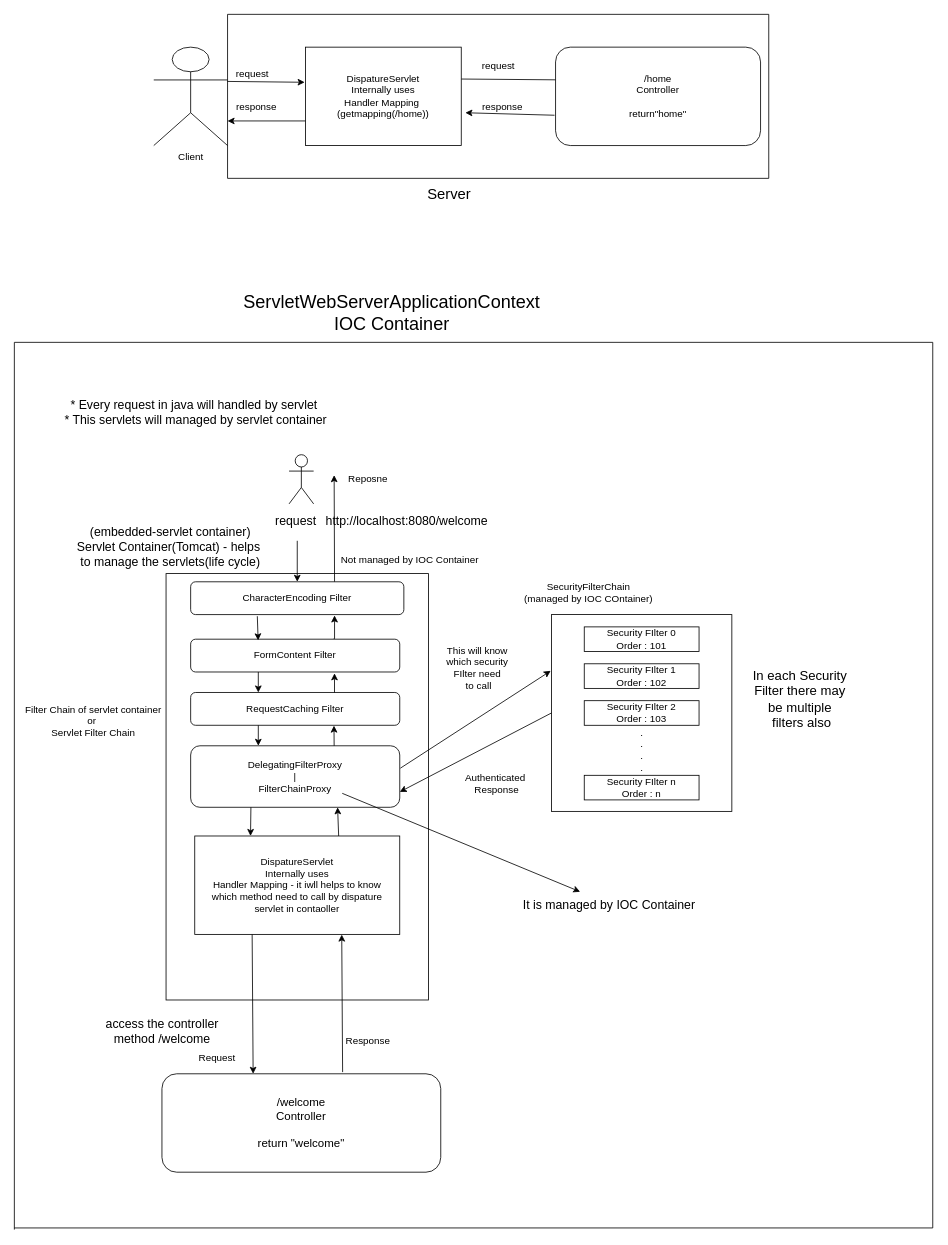
Above: 2_spring_security_architecture.drawio in MURTHY5514/Parvam_GECH (draw.io), before the change. Source tidied: cells renumbered, new cells numbered last; positions are measured from the earlier drawing's top-left corner, leaving out a move shared by most shapes. Both pictures are drawn from the tidied source at 82%, with x=0, y=0 at pixel (14, 14).
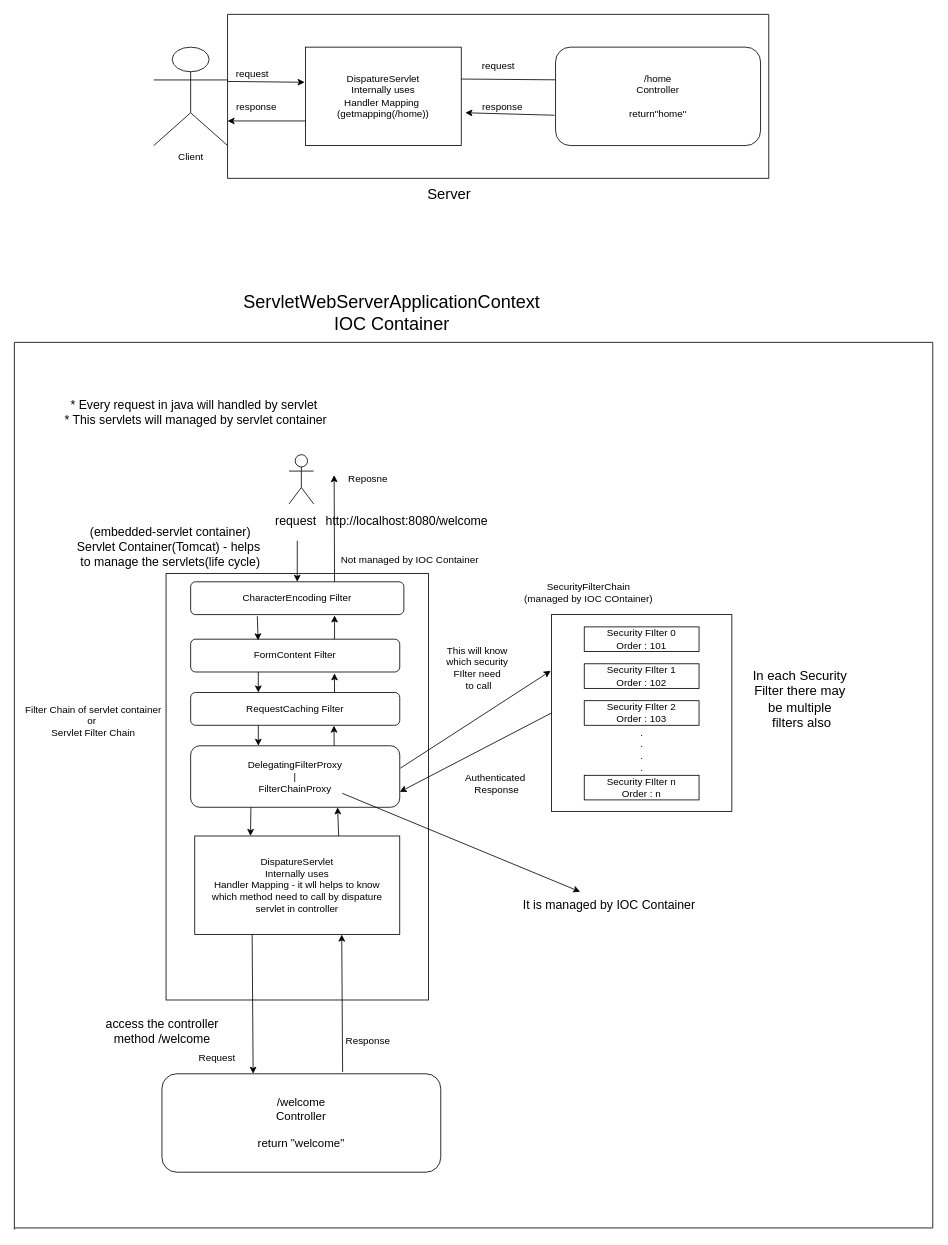
Above is the later version.

What changed in the source:
```diff
@@
-    <mxCell id="42" value="DispatureServlet&lt;div&gt;Internally uses&lt;/div&gt;&lt;div&gt;Handler Mapping - it iwll helps to know&lt;/div&gt;&lt;div&gt;which method need to call by dispature&lt;/div&gt;&lt;div&gt;servlet in contaoller&lt;/div&gt;" style="rounded=0;whiteSpace=wrap;html=1;" parent="1" vertex="1">
+    <mxCell id="42" value="DispatureServlet&lt;div&gt;Internally uses&lt;/div&gt;&lt;div&gt;Handler Mapping - it wll helps to know&lt;/div&gt;&lt;div&gt;which method need to call by dispature&lt;/div&gt;&lt;div&gt;servlet in contr&lt;span style=&quot;background-color: transparent; color: light-dark(rgb(0, 0, 0), rgb(255, 255, 255));&quot;&gt;oller&lt;/span&gt;&lt;/div&gt;" style="rounded=0;whiteSpace=wrap;html=1;" parent="1" vertex="1">
       <mxGeometry x="220" y="1002" width="250" height="120" as="geometry" />
     </mxCell>
```
